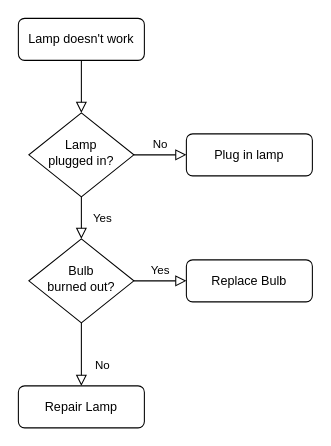
chidibede/draw.io keeps this draw.io diagram as Untitled Diagram.drawio. Above is the earlier version. Source tidied: cells renumbered, new cells numbered last; positions are measured from the earlier drawing's top-left corner, leaving out a move shared by most shapes. Both pictures are drawn from the tidied source at 105%, with x=0, y=0 at pixel (18, 18).
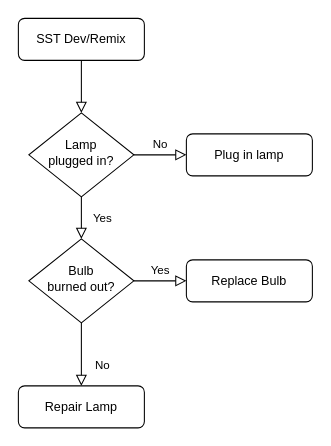
The same diagram, later.

Commit message:
Manage_flowchart

Change to the diagram source:
```diff
@@
 <mxGraphModel>
   <root>
     <mxCell id="0" />
     <mxCell id="1" parent="0" />
     <mxCell id="2" style="rounded=0;html=1;jettySize=auto;fontSize=11;endArrow=block;endFill=0;endSize=8;strokeWidth=1;shadow=0;labelBackgroundColor=none;edgeStyle=orthogonalEdgeStyle;" parent="1" edge="1" source="3" target="6">
       <mxGeometry relative="1" as="geometry" />
     </mxCell>
-    <mxCell id="3" value="Lamp doesn't work" style="rounded=1;whiteSpace=wrap;html=1;fontSize=12;glass=0;strokeWidth=1;shadow=0;" parent="1" vertex="1">
+    <mxCell id="3" value="SST Dev/Remix" style="rounded=1;whiteSpace=wrap;html=1;fontSize=12;glass=0;strokeWidth=1;shadow=0;" parent="1" vertex="1">
       <mxGeometry width="120" height="40" as="geometry" />
     </mxCell>
     <mxCell id="4" value="Yes" style="rounded=0;html=1;jettySize=auto;fontSize=11;endArrow=block;endFill=0;endSize=8;strokeWidth=1;shadow=0;labelBackgroundColor=none;edgeStyle=orthogonalEdgeStyle;" parent="1" edge="1" source="6" target="10">
       <mxGeometry y="20" relative="1" as="geometry" />
     </mxCell>
     <mxCell id="5" value="No" style="edgeStyle=orthogonalEdgeStyle;rounded=0;html=1;jettySize=auto;fontSize=11;endArrow=block;endFill=0;endSize=8;strokeWidth=1;shadow=0;labelBackgroundColor=none;" parent="1" edge="1" source="6" target="7">
       <mxGeometry y="10" relative="1" as="geometry" />
     </mxCell>
     <mxCell id="6" value="Lamp&lt;br&gt;plugged in?" style="rhombus;whiteSpace=wrap;html=1;shadow=0;fontFamily=Helvetica;fontSize=12;align=center;strokeWidth=1;spacing=6;spacingTop=-4;" parent="1" vertex="1">
       <mxGeometry x="10" y="90" width="100" height="80" as="geometry" />
     </mxCell>
     <mxCell id="7" value="Plug in lamp" style="rounded=1;whiteSpace=wrap;html=1;fontSize=12;glass=0;strokeWidth=1;shadow=0;" parent="1" vertex="1">
       <mxGeometry x="160" y="110" width="120" height="40" as="geometry" />
     </mxCell>
     <mxCell id="8" value="No" style="rounded=0;html=1;jettySize=auto;fontSize=11;endArrow=block;endFill=0;endSize=8;strokeWidth=1;shadow=0;labelBackgroundColor=none;edgeStyle=orthogonalEdgeStyle;" parent="1" edge="1" source="10" target="11">
       <mxGeometry x="0.33" y="20" relative="1" as="geometry" />
     </mxCell>
     <mxCell id="9" value="Yes" style="edgeStyle=orthogonalEdgeStyle;rounded=0;html=1;jettySize=auto;fontSize=11;endArrow=block;endFill=0;endSize=8;strokeWidth=1;shadow=0;labelBackgroundColor=none;" parent="1" edge="1" source="10" target="12">
       <mxGeometry y="10" relative="1" as="geometry" />
     </mxCell>
     <mxCell id="10" value="Bulb&lt;br&gt;burned out?" style="rhombus;whiteSpace=wrap;html=1;shadow=0;fontFamily=Helvetica;fontSize=12;align=center;strokeWidth=1;spacing=6;spacingTop=-4;" parent="1" vertex="1">
       <mxGeometry x="10" y="210" width="100" height="80" as="geometry" />
     </mxCell>
     <mxCell id="11" value="Repair Lamp" style="rounded=1;whiteSpace=wrap;html=1;fontSize=12;glass=0;strokeWidth=1;shadow=0;" parent="1" vertex="1">
       <mxGeometry y="350" width="120" height="40" as="geometry" />
     </mxCell>
     <mxCell id="12" value="Replace Bulb" style="rounded=1;whiteSpace=wrap;html=1;fontSize=12;glass=0;strokeWidth=1;shadow=0;" parent="1" vertex="1">
       <mxGeometry x="160" y="230" width="120" height="40" as="geometry" />
     </mxCell>
   </root>
 </mxGraphModel>
```
